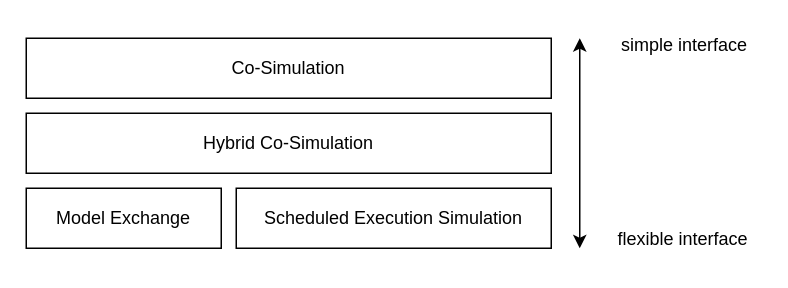
Before: docs/images/fmi-types-overview.drawio in modelica/fmi-standard, a draw.io diagram. Source tidied: cells renumbered, new cells numbered last; positions are measured from the earlier drawing's top-left corner, leaving out a move shared by most shapes. Both pictures are drawn from the tidied source at 150%, with x=0, y=0 at pixel (26, 30).
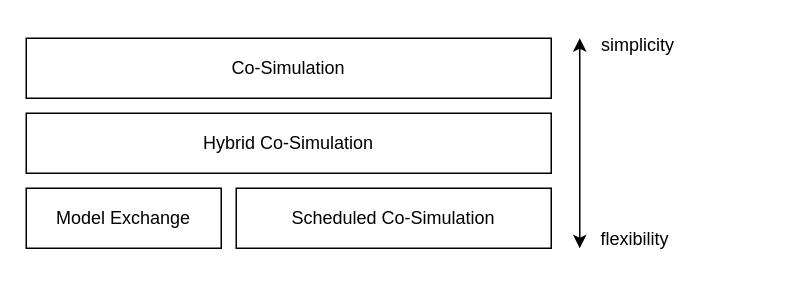
The same diagram, later.

Commit message (it also covers changes not shown here):
change Scheduled Execution Simulation to Scheduled Co-Simulation

What changed in the source:
```diff
@@
 <mxGraphModel>
   <root>
     <mxCell id="0" />
     <mxCell id="1" parent="0" />
     <mxCell id="2" value="&lt;span style=&quot;white-space: normal&quot;&gt;Co-Simulation&lt;/span&gt;" style="rounded=0;whiteSpace=wrap;html=1;align=center;" parent="1" vertex="1">
       <mxGeometry y="5" width="350" height="40" as="geometry" />
     </mxCell>
     <mxCell id="3" value="&lt;span style=&quot;white-space: normal&quot;&gt;Hybrid Co-Simulation&lt;/span&gt;" style="rounded=0;whiteSpace=wrap;html=1;" parent="1" vertex="1">
       <mxGeometry y="55" width="350" height="40" as="geometry" />
     </mxCell>
     <mxCell id="4" value="Model Exchange" style="rounded=0;whiteSpace=wrap;html=1;" parent="1" vertex="1">
       <mxGeometry y="105" width="130" height="40" as="geometry" />
     </mxCell>
-    <mxCell id="5" value="Scheduled Execution Simulation" style="rounded=0;whiteSpace=wrap;html=1;" parent="1" vertex="1">
+    <mxCell id="5" value="Scheduled Co-Simulation" style="rounded=0;whiteSpace=wrap;html=1;" parent="1" vertex="1">
       <mxGeometry x="140" y="105" width="210" height="40" as="geometry" />
     </mxCell>
     <mxCell id="6" style="endArrow=classic;startArrow=classic;html=1;" parent="1" edge="1">
       <mxGeometry relative="1" as="geometry">
         <mxPoint x="369" y="145" as="sourcePoint" />
         <mxPoint x="369" y="5" as="targetPoint" />
       </mxGeometry>
     </mxCell>
-    <mxCell id="7" value="simple interface" style="text;html=1;strokeColor=none;fillColor=none;align=center;verticalAlign=middle;whiteSpace=wrap;rounded=0;" parent="1" vertex="1">
-      <mxGeometry x="388" width="102" height="20" as="geometry" />
+    <mxCell id="7" value="simplicity" style="text;html=1;strokeColor=none;fillColor=none;align=center;verticalAlign=middle;whiteSpace=wrap;rounded=0;" parent="1" vertex="1">
+      <mxGeometry x="388" width="40" height="20" as="geometry" />
     </mxCell>
-    <mxCell id="8" value="flexible interface" style="text;html=1;strokeColor=none;fillColor=none;align=center;verticalAlign=middle;whiteSpace=wrap;rounded=0;" parent="1" vertex="1">
-      <mxGeometry x="386" y="129" width="104" height="20" as="geometry" />
+    <mxCell id="8" value="flexibility" style="text;html=1;strokeColor=none;fillColor=none;align=center;verticalAlign=middle;whiteSpace=wrap;rounded=0;" parent="1" vertex="1">
+      <mxGeometry x="386" y="129" width="40" height="20" as="geometry" />
     </mxCell>
   </root>
 </mxGraphModel>
```
